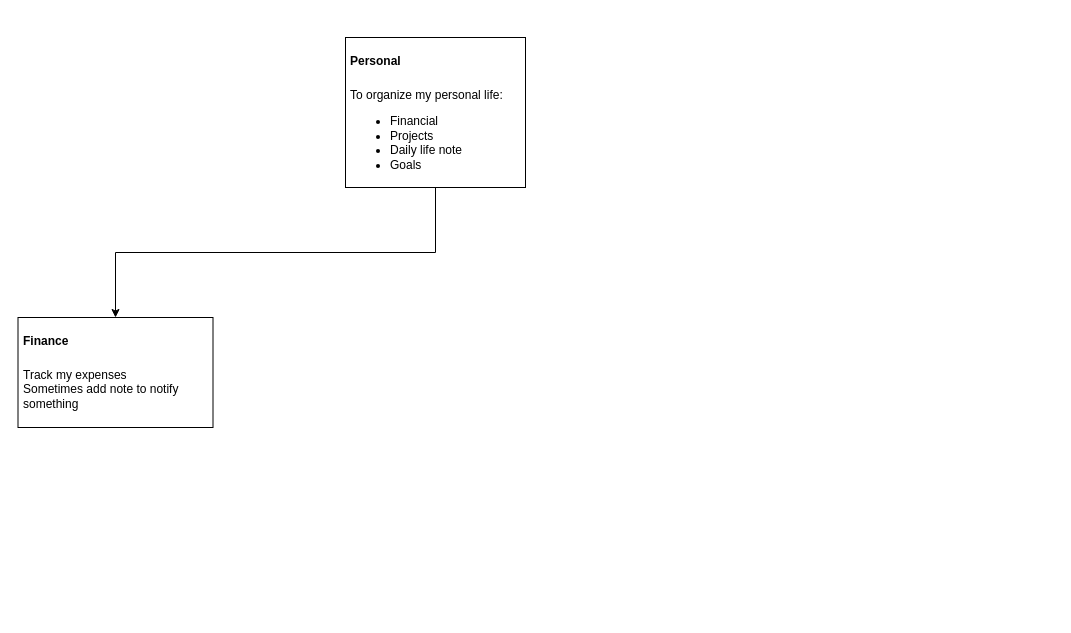
Earlier version of the draw.io diagram Untitled Diagram.drawio (MaxR522/draw). Source tidied: cells renumbered, new cells numbered last; positions are measured from the earlier drawing's top-left corner, leaving out a move shared by most shapes. Both pictures are drawn from the tidied source at 100%, with x=0, y=0 at pixel (17, 37).
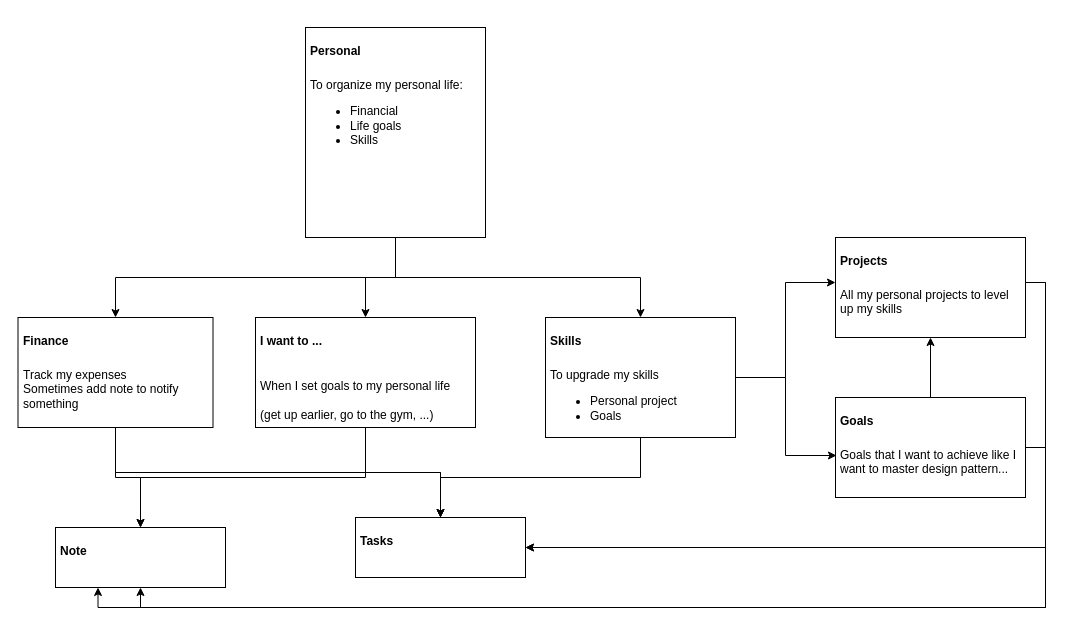
The same page after the edit.

Commit message:
all here, need to make it clear

Unchanged cells that the change refers to:
```xml
<mxCell id="6" value="&lt;h1&gt;&lt;span style=&quot;font-size: 12px;&quot;&gt;Finance&lt;/span&gt;&lt;/h1&gt;&lt;div&gt;&lt;span style=&quot;font-size: 12px;&quot;&gt;Track my expenses&lt;/span&gt;&lt;/div&gt;&lt;div&gt;&lt;span style=&quot;font-size: 12px;&quot;&gt;Sometimes add note to notify something&lt;/span&gt;&lt;/div&gt;&lt;p&gt;&lt;/p&gt;" style="text;html=1;strokeColor=none;fillColor=none;spacing=5;spacingTop=-20;whiteSpace=wrap;overflow=hidden;rounded=0;" parent="1" vertex="1">
  <mxGeometry x="0.5" y="280" width="195" height="110" as="geometry" />
</mxCell>
```

Change to the diagram source:
```diff
@@
+    <mxCell id="7" style="edgeStyle=orthogonalEdgeStyle;rounded=0;jettySize=auto;html=1;exitX=0.5;exitY=1;exitDx=0;exitDy=0;entryX=0.5;entryY=0;entryDx=0;entryDy=0;" parent="1" edge="1" source="2" target="16">
+      <mxGeometry relative="1" as="geometry" />
+    </mxCell>
+    <mxCell id="8" style="edgeStyle=orthogonalEdgeStyle;rounded=0;jettySize=auto;html=1;exitX=0.5;exitY=1;exitDx=0;exitDy=0;entryX=0.5;entryY=0;entryDx=0;entryDy=0;" parent="1" edge="1" source="2" target="21">
+      <mxGeometry relative="1" as="geometry" />
+    </mxCell>
     <mxCell id="2" style="rounded=0;whiteSpace=wrap;html=1;" parent="1" vertex="1">
-      <mxGeometry x="328" width="180" height="150" as="geometry" />
+      <mxGeometry x="288" y="-10" width="180" height="210" as="geometry" />
     </mxCell>
@@
-    <mxCell id="5" value="&lt;h1&gt;&lt;font style=&quot;font-size: 12px;&quot;&gt;Personal&lt;/font&gt;&lt;/h1&gt;&lt;p&gt;&lt;font style=&quot;font-size: 12px;&quot;&gt;To organize my personal life:&lt;/font&gt;&lt;/p&gt;&lt;p&gt;&lt;/p&gt;&lt;ul&gt;&lt;li&gt;&lt;font style=&quot;font-size: 12px;&quot;&gt;Financial&lt;/font&gt;&lt;/li&gt;&lt;li&gt;Projects&lt;/li&gt;&lt;li&gt;Daily life note&lt;/li&gt;&lt;li&gt;Goals&lt;/li&gt;&lt;/ul&gt;&lt;p&gt;&lt;/p&gt;" style="text;html=1;strokeColor=none;fillColor=none;spacing=5;spacingTop=-20;whiteSpace=wrap;overflow=hidden;rounded=0;" parent="1" vertex="1">
-      <mxGeometry x="328" width="180" height="150" as="geometry" />
+    <mxCell id="5" value="&lt;h1&gt;&lt;font style=&quot;font-size: 12px;&quot;&gt;Personal&lt;/font&gt;&lt;/h1&gt;&lt;p&gt;&lt;font style=&quot;font-size: 12px;&quot;&gt;To organize my personal life:&lt;/font&gt;&lt;/p&gt;&lt;p&gt;&lt;/p&gt;&lt;ul&gt;&lt;li&gt;&lt;font style=&quot;font-size: 12px;&quot;&gt;Financial&lt;/font&gt;&lt;/li&gt;&lt;li&gt;Life goals&lt;/li&gt;&lt;li&gt;Skills&lt;/li&gt;&lt;/ul&gt;&lt;p&gt;&lt;/p&gt;" style="text;html=1;strokeColor=none;fillColor=none;spacing=5;spacingTop=-20;whiteSpace=wrap;overflow=hidden;rounded=0;" parent="1" vertex="1">
+      <mxGeometry x="288" y="-10" width="180" height="170" as="geometry" />
     </mxCell>
+    <mxCell id="9" style="edgeStyle=orthogonalEdgeStyle;rounded=0;jettySize=auto;html=1;exitX=0.5;exitY=1;exitDx=0;exitDy=0;" parent="1" edge="1" source="6" target="12">
+      <mxGeometry relative="1" as="geometry" />
+    </mxCell>
+    <mxCell id="10" style="edgeStyle=orthogonalEdgeStyle;rounded=0;jettySize=auto;html=1;exitX=0.5;exitY=1;exitDx=0;exitDy=0;entryX=0.5;entryY=0;entryDx=0;entryDy=0;" parent="1" edge="1" source="6" target="18">
+      <mxGeometry relative="1" as="geometry" />
+    </mxCell>
@@
+    <mxCell id="11" style="rounded=0;whiteSpace=wrap;html=1;" parent="1" vertex="1">
+      <mxGeometry x="38" y="490" width="170" height="60" as="geometry" />
+    </mxCell>
+    <mxCell id="12" value="&lt;h1 style=&quot;text-align: center;&quot;&gt;&lt;span style=&quot;background-color: initial; font-size: 12px;&quot;&gt;Note&lt;/span&gt;&lt;/h1&gt;&lt;p&gt;&lt;/p&gt;" style="text;html=1;strokeColor=none;fillColor=none;spacing=5;spacingTop=-20;whiteSpace=wrap;overflow=hidden;rounded=0;" parent="1" vertex="1">
+      <mxGeometry x="38" y="490" width="170" height="60" as="geometry" />
+    </mxCell>
+    <mxCell id="13" style="rounded=0;whiteSpace=wrap;html=1;" parent="1" vertex="1">
+      <mxGeometry x="238" y="280" width="220" height="110" as="geometry" />
+    </mxCell>
+    <mxCell id="14" style="edgeStyle=orthogonalEdgeStyle;rounded=0;jettySize=auto;html=1;exitX=0.5;exitY=1;exitDx=0;exitDy=0;entryX=0.5;entryY=0;entryDx=0;entryDy=0;" parent="1" edge="1" source="16" target="12">
+      <mxGeometry relative="1" as="geometry" />
+    </mxCell>
+    <mxCell id="15" style="edgeStyle=orthogonalEdgeStyle;rounded=0;jettySize=auto;html=1;exitX=0.5;exitY=1;exitDx=0;exitDy=0;entryX=0.5;entryY=0;entryDx=0;entryDy=0;" parent="1" edge="1" source="16" target="18">
+      <mxGeometry relative="1" as="geometry" />
+    </mxCell>
+    <mxCell id="16" value="&lt;h1&gt;&lt;span style=&quot;background-color: initial; font-size: 12px;&quot;&gt;I want to ...&lt;/span&gt;&lt;/h1&gt;&lt;h1&gt;&lt;span style=&quot;background-color: initial; font-size: 12px; font-weight: normal;&quot;&gt;When I set goals to my personal life (get up earlier, go to the gym, ...)&lt;/span&gt;&lt;br&gt;&lt;/h1&gt;&lt;p&gt;&lt;/p&gt;" style="text;html=1;strokeColor=none;fillColor=none;spacing=5;spacingTop=-20;whiteSpace=wrap;overflow=hidden;rounded=0;" parent="1" vertex="1">
+      <mxGeometry x="238" y="280" width="220" height="110" as="geometry" />
+    </mxCell>
+    <mxCell id="17" style="rounded=0;whiteSpace=wrap;html=1;" parent="1" vertex="1">
+      <mxGeometry x="338" y="480" width="170" height="60" as="geometry" />
+    </mxCell>
+    <mxCell id="18" value="&lt;h1 style=&quot;text-align: center;&quot;&gt;&lt;span style=&quot;background-color: initial; font-size: 12px;&quot;&gt;Tasks&lt;/span&gt;&lt;/h1&gt;&lt;p&gt;&lt;/p&gt;" style="text;html=1;strokeColor=none;fillColor=none;spacing=5;spacingTop=-20;whiteSpace=wrap;overflow=hidden;rounded=0;" parent="1" vertex="1">
+      <mxGeometry x="338" y="480" width="170" height="60" as="geometry" />
+    </mxCell>
+    <mxCell id="19" style="edgeStyle=orthogonalEdgeStyle;rounded=0;jettySize=auto;html=1;exitX=0.5;exitY=1;exitDx=0;exitDy=0;entryX=0.5;entryY=0;entryDx=0;entryDy=0;" parent="1" edge="1" source="21" target="18">
+      <mxGeometry relative="1" as="geometry" />
+    </mxCell>
+    <mxCell id="20" style="edgeStyle=orthogonalEdgeStyle;rounded=0;jettySize=auto;html=1;exitX=1;exitY=0.5;exitDx=0;exitDy=0;entryX=0;entryY=0.5;entryDx=0;entryDy=0;" parent="1" edge="1" source="21" target="26">
+      <mxGeometry relative="1" as="geometry" />
+    </mxCell>
+    <mxCell id="21" style="rounded=0;whiteSpace=wrap;html=1;" parent="1" vertex="1">
+      <mxGeometry x="528" y="280" width="190" height="120" as="geometry" />
+    </mxCell>
+    <mxCell id="22" value="&lt;h1&gt;&lt;span style=&quot;font-size: 12px;&quot;&gt;Skills&lt;/span&gt;&lt;/h1&gt;&lt;div&gt;To upgrade my skills&lt;/div&gt;&lt;div&gt;&lt;ul&gt;&lt;li&gt;Personal project&lt;/li&gt;&lt;li&gt;Goals&lt;/li&gt;&lt;/ul&gt;&lt;/div&gt;&lt;p&gt;&lt;/p&gt;" style="text;html=1;strokeColor=none;fillColor=none;spacing=5;spacingTop=-20;whiteSpace=wrap;overflow=hidden;rounded=0;" parent="1" vertex="1">
+      <mxGeometry x="528" y="280" width="190" height="120" as="geometry" />
+    </mxCell>
+    <mxCell id="23" style="rounded=0;whiteSpace=wrap;html=1;" parent="1" vertex="1">
+      <mxGeometry x="818" y="200" width="190" height="100" as="geometry" />
+    </mxCell>
+    <mxCell id="24" style="edgeStyle=orthogonalEdgeStyle;rounded=0;jettySize=auto;html=1;exitX=1;exitY=0.5;exitDx=0;exitDy=0;entryX=1;entryY=0.5;entryDx=0;entryDy=0;" parent="1" edge="1" source="26" target="18">
+      <mxGeometry relative="1" as="geometry" />
+    </mxCell>
+    <mxCell id="25" style="edgeStyle=orthogonalEdgeStyle;rounded=0;jettySize=auto;html=1;exitX=1;exitY=0.5;exitDx=0;exitDy=0;entryX=0.5;entryY=1;entryDx=0;entryDy=0;" parent="1" edge="1" source="26" target="12">
+      <mxGeometry relative="1" as="geometry" />
+    </mxCell>
+    <mxCell id="26" value="&lt;h1&gt;&lt;span style=&quot;font-size: 12px;&quot;&gt;Projects&lt;/span&gt;&lt;/h1&gt;&lt;div&gt;&lt;span style=&quot;font-size: 12px;&quot;&gt;All my personal projects to level up my skills&lt;/span&gt;&lt;/div&gt;&lt;p&gt;&lt;/p&gt;" style="text;html=1;strokeColor=none;fillColor=none;spacing=5;spacingTop=-20;whiteSpace=wrap;overflow=hidden;rounded=0;" parent="1" vertex="1">
+      <mxGeometry x="818" y="200" width="190" height="90" as="geometry" />
+    </mxCell>
+    <mxCell id="27" style="rounded=0;whiteSpace=wrap;html=1;" parent="1" vertex="1">
+      <mxGeometry x="818" y="360" width="190" height="100" as="geometry" />
+    </mxCell>
+    <mxCell id="28" style="edgeStyle=orthogonalEdgeStyle;rounded=0;jettySize=auto;html=1;exitX=1;exitY=0.5;exitDx=0;exitDy=0;entryX=1;entryY=0.5;entryDx=0;entryDy=0;" parent="1" edge="1" source="31" target="18">
+      <mxGeometry relative="1" as="geometry" />
+    </mxCell>
+    <mxCell id="29" style="edgeStyle=orthogonalEdgeStyle;rounded=0;jettySize=auto;html=1;exitX=1;exitY=0.5;exitDx=0;exitDy=0;entryX=0.25;entryY=1;entryDx=0;entryDy=0;" parent="1" edge="1" source="31" target="12">
+      <mxGeometry relative="1" as="geometry" />
+    </mxCell>
+    <mxCell id="30" style="edgeStyle=orthogonalEdgeStyle;rounded=0;jettySize=auto;html=1;exitX=0.5;exitY=0;exitDx=0;exitDy=0;entryX=0.5;entryY=1;entryDx=0;entryDy=0;" parent="1" edge="1" source="31" target="23">
+      <mxGeometry relative="1" as="geometry" />
+    </mxCell>
+    <mxCell id="31" value="&lt;h1&gt;&lt;span style=&quot;font-size: 12px;&quot;&gt;Goals&lt;/span&gt;&lt;/h1&gt;&lt;div&gt;&lt;span style=&quot;font-size: 12px;&quot;&gt;Goals that I want to achieve like I want to master design pattern...&lt;/span&gt;&lt;/div&gt;&lt;p&gt;&lt;/p&gt;" style="text;html=1;strokeColor=none;fillColor=none;spacing=5;spacingTop=-20;whiteSpace=wrap;overflow=hidden;rounded=0;" parent="1" vertex="1">
+      <mxGeometry x="818" y="360" width="190" height="100" as="geometry" />
+    </mxCell>
+    <mxCell id="32" style="edgeStyle=orthogonalEdgeStyle;rounded=0;jettySize=auto;html=1;exitX=1;exitY=0.5;exitDx=0;exitDy=0;entryX=0.005;entryY=0.58;entryDx=0;entryDy=0;entryPerimeter=0;" parent="1" edge="1" source="22" target="31">
+      <mxGeometry relative="1" as="geometry" />
+    </mxCell>
```
